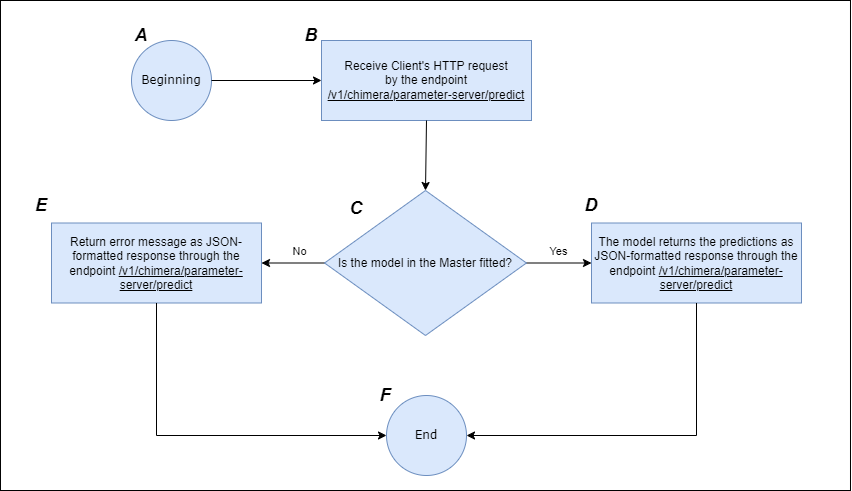
The draw.io diagram images/master/parameter_server_master_predict_state_machine_flowchart.png in Samirnunes/chimera, before a commit. Source tidied: cells renumbered, new cells last; positions are measured from the earlier drawing's top-left corner, leaving out a move shared by most shapes.
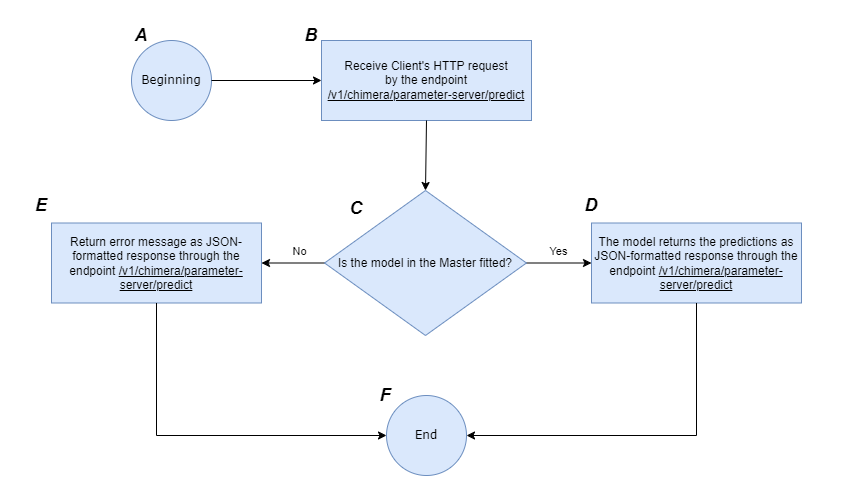
Later version of the same file.

The edit, as a diff of the source:
```diff
@@ -2,7 +2,7 @@
   <root>
     <mxCell id="0" />
     <mxCell id="1" parent="0" />
-    <mxCell id="2" style="rounded=0;whiteSpace=wrap;html=1;" parent="1" vertex="1">
+    <mxCell id="2" style="rounded=0;whiteSpace=wrap;html=1;strokeColor=none;" parent="1" vertex="1">
       <mxGeometry width="850" height="490" as="geometry" />
     </mxCell>
     <mxCell id="3" value="&lt;font face=&quot;Verdana&quot;&gt;Beginning&lt;/font&gt;" style="ellipse;whiteSpace=wrap;html=1;fillColor=#dae8fc;strokeColor=#6c8ebf;" parent="1" vertex="1">
```
